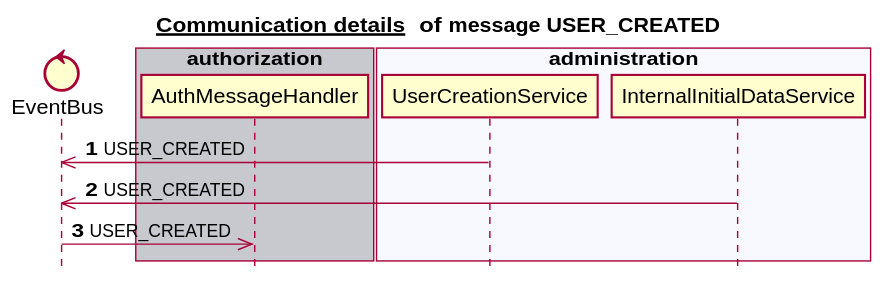
Above: docs/latest/images/gen_domain_messaging_user_created.svg in mercedes-benz/sechub (PlantUML), before the change.
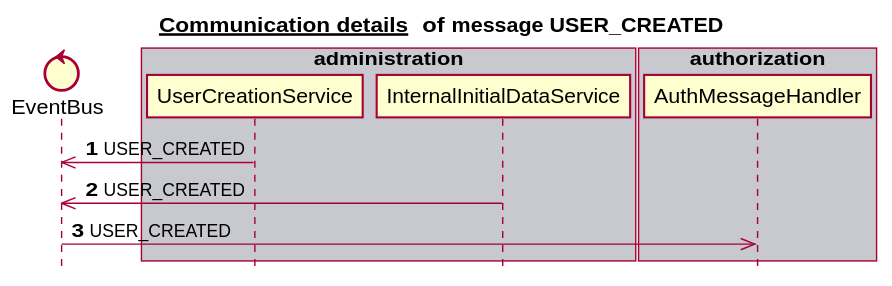
After the change.

Change to the diagram source:
```diff
@@ -6,18 +6,18 @@
 
 
 control EventBus
-box "scan" #C8C8CF
+box "schedule" #C8C8CF
 end box
-box "schedule" #F8F8FF
+box "scan" #F8F8FF
+end box
+box "administration" #C8C8CF
+   participant UserCreationService
+   participant InternalInitialDataService
+end box
+box "notification" #F8F8FF
 end box
 box "authorization" #C8C8CF
    participant AuthMessageHandler
-end box
-box "administration" #F8F8FF
-   participant UserCreationService
-   participant InternalInitialDataService
-end box
-box "notification" #C8C8CF
 end box
 autonumber 1
 UserCreationService ->> EventBus:USER_CREATED
```
